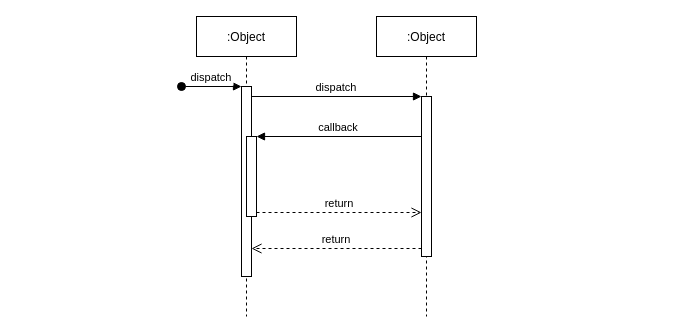
The draw.io diagram SMTP_Versand.drawio in RyanFlm/draw.io-files, before the edit. Source tidied: cells renumbered, new cells numbered last; positions are measured from the earlier drawing's top-left corner, leaving out a move shared by most shapes. Both pictures are drawn from the tidied source at 100%, with x=0, y=0 at pixel (181, 16).
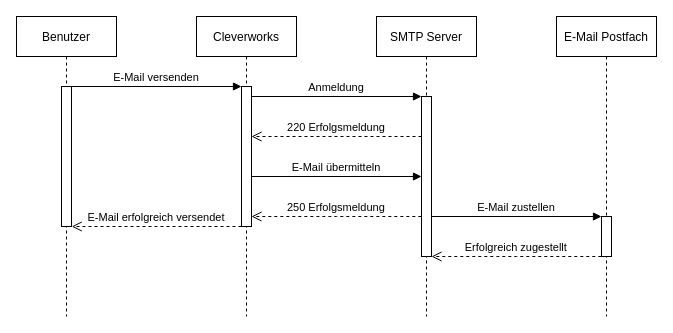
The same page after the edit.

The change refers to these unchanged cells:
```xml
<mxCell id="7" style="points=[];perimeter=orthogonalPerimeter;rounded=0;shadow=0;strokeWidth=1;" parent="6" vertex="1">
  <mxGeometry x="45" y="80" width="10" height="160" as="geometry" />
</mxCell>
```

The edit, as a diff of the source:
```diff
@@
-    <mxCell id="2" value=":Object" style="shape=umlLifeline;perimeter=lifelinePerimeter;rounded=0;shadow=0;strokeWidth=1;" parent="1" vertex="1">
+    <mxCell id="2" value="Cleverworks" style="shape=umlLifeline;perimeter=lifelinePerimeter;rounded=0;shadow=0;strokeWidth=1;" parent="1" vertex="1">
       <mxGeometry x="15" width="100" height="300" as="geometry" />
     </mxCell>
     <mxCell id="3" style="points=[];perimeter=orthogonalPerimeter;rounded=0;shadow=0;strokeWidth=1;" parent="2" vertex="1">
-      <mxGeometry x="45" y="70" width="10" height="190" as="geometry" />
+      <mxGeometry x="45" y="70" width="10" height="140" as="geometry" />
     </mxCell>
-    <mxCell id="4" value="dispatch" style="verticalAlign=bottom;startArrow=oval;endArrow=block;startSize=8;shadow=0;strokeWidth=1;" parent="2" edge="1" target="3">
-      <mxGeometry relative="1" as="geometry">
-        <mxPoint x="-15" y="70" as="sourcePoint" />
-      </mxGeometry>
-    </mxCell>
-    <mxCell id="5" style="points=[];perimeter=orthogonalPerimeter;rounded=0;shadow=0;strokeWidth=1;" parent="2" vertex="1">
-      <mxGeometry x="50" y="120" width="10" height="80" as="geometry" />
-    </mxCell>
+    <mxCell id="12" value="220 Erfolgsmeldung" style="verticalAlign=bottom;endArrow=open;dashed=1;endSize=8;exitX=0;exitY=0.95;shadow=0;strokeWidth=1;" parent="2" edge="1">
+      <mxGeometry relative="1" as="geometry">
+        <mxPoint x="225" y="120" as="sourcePoint" />
+        <mxPoint x="55" y="120" as="targetPoint" />
+      </mxGeometry>
+    </mxCell>
+    <mxCell id="13" value="E-Mail übermitteln" style="verticalAlign=bottom;endArrow=block;entryX=0;entryY=0;shadow=0;strokeWidth=1;" parent="2" edge="1">
+      <mxGeometry relative="1" as="geometry">
+        <mxPoint x="55" y="160" as="sourcePoint" />
+        <mxPoint x="225" y="160" as="targetPoint" />
+      </mxGeometry>
+    </mxCell>
+    <mxCell id="14" value="E-Mail erfolgreich versendet" style="verticalAlign=bottom;endArrow=open;dashed=1;endSize=8;shadow=0;strokeWidth=1;exitX=-0.017;exitY=0.75;exitDx=0;exitDy=0;exitPerimeter=0;" parent="2" edge="1">
+      <mxGeometry relative="1" as="geometry">
+        <mxPoint x="45" y="210" as="sourcePoint" />
+        <mxPoint x="-124.8" y="210" as="targetPoint" />
+        <Array as="points">
+          <mxPoint x="-49.8" y="210" />
+        </Array>
+      </mxGeometry>
+    </mxCell>
-    <mxCell id="6" value=":Object" style="shape=umlLifeline;perimeter=lifelinePerimeter;rounded=0;shadow=0;strokeWidth=1;" parent="1" vertex="1">
+    <mxCell id="6" value="SMTP Server" style="shape=umlLifeline;perimeter=lifelinePerimeter;rounded=0;shadow=0;strokeWidth=1;" parent="1" vertex="1">
       <mxGeometry x="195" width="100" height="300" as="geometry" />
     </mxCell>
@@
+    <mxCell id="15" value="E-Mail zustellen" style="verticalAlign=bottom;endArrow=block;entryX=0;entryY=0;shadow=0;strokeWidth=1;" parent="6" edge="1">
+      <mxGeometry relative="1" as="geometry">
+        <mxPoint x="55" y="200" as="sourcePoint" />
+        <mxPoint x="225" y="200" as="targetPoint" />
+      </mxGeometry>
+    </mxCell>
+    <mxCell id="16" value="Erfolgreich zugestellt" style="verticalAlign=bottom;endArrow=open;dashed=1;endSize=8;shadow=0;strokeWidth=1;exitX=-0.017;exitY=0.75;exitDx=0;exitDy=0;exitPerimeter=0;" parent="6" edge="1">
+      <mxGeometry relative="1" as="geometry">
+        <mxPoint x="224.8" y="240" as="sourcePoint" />
+        <mxPoint x="55" y="240" as="targetPoint" />
+        <Array as="points">
+          <mxPoint x="130" y="240" />
+        </Array>
+      </mxGeometry>
+    </mxCell>
-    <mxCell id="8" value="return" style="verticalAlign=bottom;endArrow=open;dashed=1;endSize=8;exitX=0;exitY=0.95;shadow=0;strokeWidth=1;" parent="1" edge="1" source="7" target="3">
-      <mxGeometry relative="1" as="geometry" />
+    <mxCell id="8" value="250 Erfolgsmeldung" style="verticalAlign=bottom;endArrow=open;dashed=1;endSize=8;shadow=0;strokeWidth=1;exitX=-0.017;exitY=0.75;exitDx=0;exitDy=0;exitPerimeter=0;" parent="1" edge="1" source="7" target="3">
+      <mxGeometry relative="1" as="geometry">
+        <Array as="points">
+          <mxPoint x="145" y="200" />
+        </Array>
+      </mxGeometry>
     </mxCell>
-    <mxCell id="9" value="dispatch" style="verticalAlign=bottom;endArrow=block;entryX=0;entryY=0;shadow=0;strokeWidth=1;" parent="1" edge="1" source="3" target="7">
+    <mxCell id="9" value="Anmeldung" style="verticalAlign=bottom;endArrow=block;entryX=0;entryY=0;shadow=0;strokeWidth=1;" parent="1" edge="1" source="3" target="7">
       <mxGeometry relative="1" as="geometry" />
     </mxCell>
-    <mxCell id="10" value="callback" style="verticalAlign=bottom;endArrow=block;entryX=1;entryY=0;shadow=0;strokeWidth=1;" parent="1" edge="1" source="7" target="5">
-      <mxGeometry relative="1" as="geometry" />
-    </mxCell>
-    <mxCell id="11" value="return" style="verticalAlign=bottom;endArrow=open;dashed=1;endSize=8;exitX=1;exitY=0.95;shadow=0;strokeWidth=1;" parent="1" edge="1" source="5" target="7">
-      <mxGeometry relative="1" as="geometry" />
-    </mxCell>
+    <mxCell id="17" value="E-Mail Postfach" style="shape=umlLifeline;perimeter=lifelinePerimeter;rounded=0;shadow=0;strokeWidth=1;" parent="1" vertex="1">
+      <mxGeometry x="375" width="100" height="300" as="geometry" />
+    </mxCell>
+    <mxCell id="18" style="perimeter=orthogonalPerimeter;rounded=0;shadow=0;strokeWidth=1;" parent="17" vertex="1">
+      <mxGeometry x="45" y="200" width="10" height="40" as="geometry" />
+    </mxCell>
+    <mxCell id="19" value="Benutzer" style="shape=umlLifeline;perimeter=lifelinePerimeter;rounded=0;shadow=0;strokeWidth=1;" parent="1" vertex="1">
+      <mxGeometry x="-165" width="100" height="300" as="geometry" />
+    </mxCell>
+    <mxCell id="20" style="perimeter=orthogonalPerimeter;rounded=0;shadow=0;strokeWidth=1;" parent="19" vertex="1">
+      <mxGeometry x="45" y="70" width="10" height="140" as="geometry" />
+    </mxCell>
+    <mxCell id="21" value="E-Mail versenden" style="verticalAlign=bottom;endArrow=block;entryX=0;entryY=0;shadow=0;strokeWidth=1;" parent="19" edge="1">
+      <mxGeometry relative="1" as="geometry">
+        <mxPoint x="55" y="70" as="sourcePoint" />
+        <mxPoint x="225" y="70" as="targetPoint" />
+      </mxGeometry>
+    </mxCell>
```
